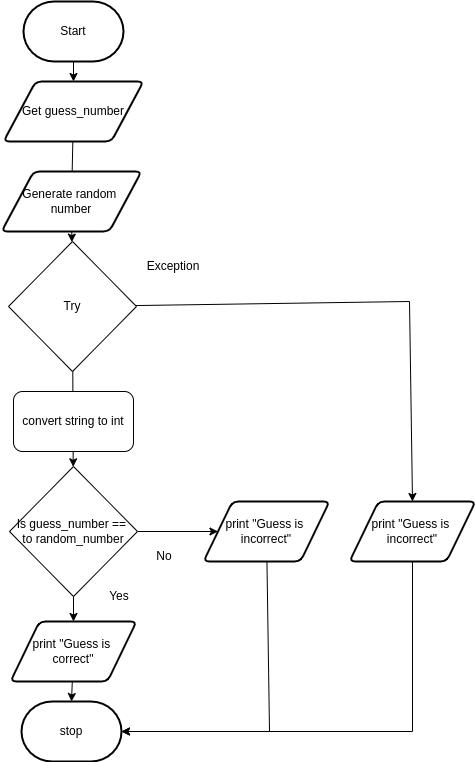
JacksonNaufal/ICS3U-Unit3-07-Python keeps this draw.io diagram as FlowChart3-06.png. Above is the earlier version. Source tidied: cells renumbered, new cells last; positions are measured from the earlier drawing's top-left corner, leaving out a move shared by most shapes.
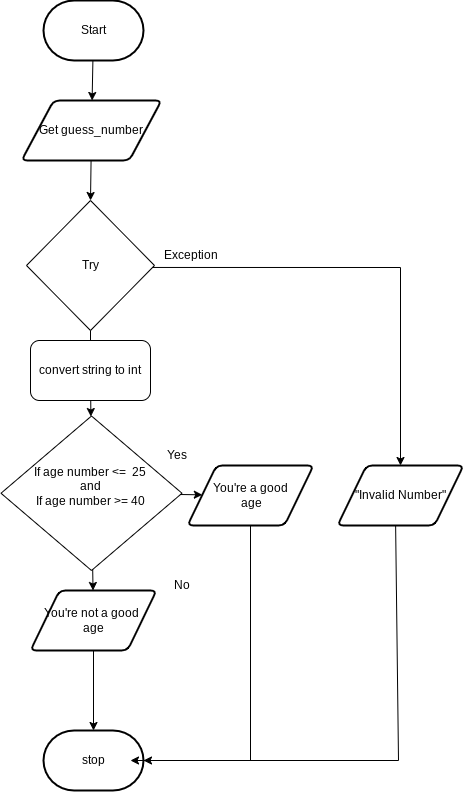
The same diagram one commit later.

The edit, as a diff of the source:
```diff
@@ -6,19 +6,27 @@
       <mxGeometry relative="1" as="geometry" />
     </mxCell>
     <mxCell id="3" value="Start" style="strokeWidth=2;html=1;shape=mxgraph.flowchart.terminator;whiteSpace=wrap;" parent="1" vertex="1">
-      <mxGeometry x="22" width="100" height="60" as="geometry" />
+      <mxGeometry x="24" y="-30" width="100" height="60" as="geometry" />
     </mxCell>
+    <mxCell id="25" style="edgeStyle=none;html=1;entryX=0.5;entryY=0;entryDx=0;entryDy=0;" parent="1" edge="1" source="4" target="20">
+      <mxGeometry relative="1" as="geometry" />
+    </mxCell>
     <mxCell id="4" value="Get guess_number" style="shape=parallelogram;html=1;strokeWidth=2;perimeter=parallelogramPerimeter;whiteSpace=wrap;rounded=1;arcSize=12;size=0.23;" parent="1" vertex="1">
-      <mxGeometry x="2" y="80" width="140" height="60" as="geometry" />
+      <mxGeometry x="2" y="70" width="140" height="60" as="geometry" />
     </mxCell>
     <mxCell id="5" style="edgeStyle=none;html=1;entryX=0.5;entryY=0;entryDx=0;entryDy=0;entryPerimeter=0;" parent="1" edge="1" source="6" target="7">
       <mxGeometry relative="1" as="geometry" />
     </mxCell>
+    <mxCell id="26" style="edgeStyle=none;html=1;exitX=0.5;exitY=0;exitDx=0;exitDy=0;" parent="1" edge="1" source="6">
+      <mxGeometry relative="1" as="geometry">
+        <mxPoint x="68" y="610" as="targetPoint" />
+      </mxGeometry>
+    </mxCell>
-    <mxCell id="6" value="print &quot;Guess is &lt;br&gt;correct&quot;" style="shape=parallelogram;html=1;strokeWidth=2;perimeter=parallelogramPerimeter;whiteSpace=wrap;rounded=1;arcSize=12;size=0.23;" parent="1" vertex="1">
-      <mxGeometry x="9" y="620" width="126" height="60" as="geometry" />
+    <mxCell id="6" value="You're not a good&amp;nbsp;&lt;br&gt;age" style="shape=parallelogram;html=1;strokeWidth=2;perimeter=parallelogramPerimeter;whiteSpace=wrap;rounded=1;arcSize=12;size=0.23;" parent="1" vertex="1">
+      <mxGeometry x="11" y="560" width="126" height="60" as="geometry" />
     </mxCell>
     <mxCell id="7" value="stop" style="strokeWidth=2;html=1;shape=mxgraph.flowchart.terminator;whiteSpace=wrap;rounded=1;" parent="1" vertex="1">
-      <mxGeometry x="20" y="700" width="100" height="60" as="geometry" />
+      <mxGeometry x="24" y="700" width="100" height="60" as="geometry" />
     </mxCell>
     <mxCell id="8" style="edgeStyle=none;html=1;" parent="1" edge="1" source="10" target="6">
       <mxGeometry relative="1" as="geometry" />
@@ -26,62 +34,59 @@
     <mxCell id="9" style="edgeStyle=none;html=1;" parent="1" edge="1" source="10" target="14">
       <mxGeometry relative="1" as="geometry" />
     </mxCell>
-    <mxCell id="10" value="Is guess_number == &lt;br&gt;to random_number" style="rhombus;whiteSpace=wrap;html=1;" parent="1" vertex="1">
-      <mxGeometry x="8" y="465" width="128" height="130" as="geometry" />
+    <mxCell id="10" value="If age number &amp;lt;=&amp;nbsp; 25&amp;nbsp;&lt;br&gt;and&amp;nbsp;&lt;br&gt;If age number &amp;gt;= 40&amp;nbsp;&lt;br&gt;&amp;nbsp;" style="rhombus;whiteSpace=wrap;html=1;" parent="1" vertex="1">
+      <mxGeometry x="-18.5" y="385.5" width="181" height="154.5" as="geometry" />
     </mxCell>
     <mxCell id="11" value="No" style="text;html=1;strokeColor=none;fillColor=none;align=center;verticalAlign=middle;whiteSpace=wrap;rounded=0;fontSize=12;" parent="1" vertex="1">
       <mxGeometry x="133" y="540" width="60" height="30" as="geometry" />
     </mxCell>
     <mxCell id="12" value="Yes" style="text;html=1;strokeColor=none;fillColor=none;align=center;verticalAlign=middle;whiteSpace=wrap;rounded=0;fontSize=12;" parent="1" vertex="1">
-      <mxGeometry x="88" y="580" width="60" height="30" as="geometry" />
+      <mxGeometry x="128" y="410" width="60" height="30" as="geometry" />
     </mxCell>
     <mxCell id="13" style="edgeStyle=none;html=1;entryX=1;entryY=0.5;entryDx=0;entryDy=0;entryPerimeter=0;rounded=0;" parent="1" edge="1" source="14" target="7">
       <mxGeometry relative="1" as="geometry">
         <Array as="points">
-          <mxPoint x="268" y="730" />
+          <mxPoint x="231" y="730" />
         </Array>
       </mxGeometry>
     </mxCell>
-    <mxCell id="14" value="print &quot;Guess is &lt;br&gt;incorrect&quot;" style="shape=parallelogram;html=1;strokeWidth=2;perimeter=parallelogramPerimeter;whiteSpace=wrap;rounded=1;arcSize=12;size=0.23;" parent="1" vertex="1">
-      <mxGeometry x="202" y="500" width="126" height="60" as="geometry" />
+    <mxCell id="14" value="You're a good&lt;br&gt;&amp;nbsp;age&lt;br&gt;" style="shape=parallelogram;html=1;strokeWidth=2;perimeter=parallelogramPerimeter;whiteSpace=wrap;rounded=1;arcSize=12;size=0.23;" parent="1" vertex="1">
+      <mxGeometry x="168" y="435" width="126" height="60" as="geometry" />
     </mxCell>
-    <mxCell id="15" style="edgeStyle=none;rounded=0;html=1;" parent="1" edge="1" source="16" target="20">
-      <mxGeometry relative="1" as="geometry" />
-    </mxCell>
-    <mxCell id="16" value="Generate random&amp;nbsp;&lt;br&gt;number" style="shape=parallelogram;html=1;strokeWidth=2;perimeter=parallelogramPerimeter;whiteSpace=wrap;rounded=1;arcSize=12;size=0.23;" parent="1" vertex="1">
-      <mxGeometry y="170" width="140" height="60" as="geometry" />
-    </mxCell>
-    <mxCell id="17" style="edgeStyle=none;html=1;endArrow=none;" parent="1" edge="1" source="4" target="16">
-      <mxGeometry relative="1" as="geometry" />
-    </mxCell>
-    <mxCell id="18" style="edgeStyle=none;html=1;" parent="1" edge="1" source="20" target="10">
+    <mxCell id="18" style="edgeStyle=none;html=1;startArrow=none;" parent="1" edge="1" source="24" target="10">
       <mxGeometry relative="1" as="geometry" />
     </mxCell>
-    <mxCell id="19" style="edgeStyle=none;html=1;entryX=0.5;entryY=0;entryDx=0;entryDy=0;rounded=0;" parent="1" edge="1" source="20" target="23">
+    <mxCell id="19" style="edgeStyle=none;html=1;entryX=0.5;entryY=0;entryDx=0;entryDy=0;rounded=0;" parent="1" edge="1" target="23">
       <mxGeometry relative="1" as="geometry">
+        <mxPoint x="132.1" y="237" as="sourcePoint" />
         <Array as="points">
-          <mxPoint x="408" y="300" />
+          <mxPoint x="381" y="237" />
         </Array>
       </mxGeometry>
     </mxCell>
     <mxCell id="20" value="&lt;span style=&quot;font-weight: normal&quot;&gt;Try&lt;/span&gt;" style="rhombus;whiteSpace=wrap;html=1;fontStyle=1;" parent="1" vertex="1">
-      <mxGeometry x="7" y="240" width="128" height="130" as="geometry" />
+      <mxGeometry x="7" y="170" width="128" height="130" as="geometry" />
     </mxCell>
     <mxCell id="21" value="Exception" style="text;html=1;strokeColor=none;fillColor=none;align=center;verticalAlign=middle;whiteSpace=wrap;rounded=0;fontSize=12;" parent="1" vertex="1">
-      <mxGeometry x="142" y="250" width="60" height="30" as="geometry" />
+      <mxGeometry x="142" y="210" width="60" height="30" as="geometry" />
     </mxCell>
-    <mxCell id="22" style="edgeStyle=none;rounded=0;html=1;entryX=1;entryY=0.5;entryDx=0;entryDy=0;entryPerimeter=0;exitX=0.5;exitY=1;exitDx=0;exitDy=0;" parent="1" edge="1" source="23" target="7">
+    <mxCell id="22" style="edgeStyle=none;rounded=0;html=1;entryX=1;entryY=0.5;entryDx=0;entryDy=0;entryPerimeter=0;exitX=0.5;exitY=1;exitDx=0;exitDy=0;" parent="1" edge="1">
       <mxGeometry relative="1" as="geometry">
+        <mxPoint x="376" y="485" as="sourcePoint" />
+        <mxPoint x="111" y="730" as="targetPoint" />
         <Array as="points">
-          <mxPoint x="411" y="730" />
+          <mxPoint x="379" y="730" />
         </Array>
       </mxGeometry>
     </mxCell>
-    <mxCell id="23" value="print &quot;Guess is &lt;br&gt;incorrect&quot;" style="shape=parallelogram;html=1;strokeWidth=2;perimeter=parallelogramPerimeter;whiteSpace=wrap;rounded=1;arcSize=12;size=0.23;" parent="1" vertex="1">
-      <mxGeometry x="348" y="500" width="126" height="60" as="geometry" />
+    <mxCell id="23" value="&quot;Invalid Number&quot;" style="shape=parallelogram;html=1;strokeWidth=2;perimeter=parallelogramPerimeter;whiteSpace=wrap;rounded=1;arcSize=12;size=0.23;" parent="1" vertex="1">
+      <mxGeometry x="318" y="435" width="126" height="60" as="geometry" />
     </mxCell>
     <mxCell id="24" value="convert string to int" style="rounded=1;whiteSpace=wrap;html=1;" parent="1" vertex="1">
-      <mxGeometry x="12" y="390" width="120" height="60" as="geometry" />
+      <mxGeometry x="11" y="310" width="120" height="60" as="geometry" />
     </mxCell>
+    <mxCell id="27" style="edgeStyle=none;html=1;endArrow=none;" parent="1" edge="1" source="20" target="24">
+      <mxGeometry relative="1" as="geometry" />
+    </mxCell>
   </root>
 </mxGraphModel>
```
